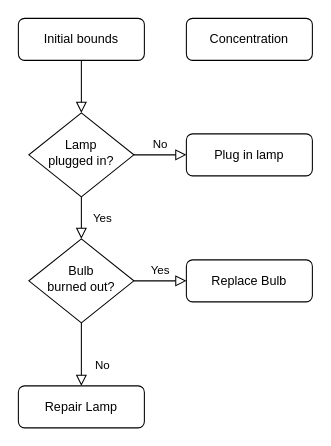
Mayuyu/diagrams keeps this draw.io diagram as sketch_of_proof.drawio. Above is the earlier version. Source tidied: cells renumbered, new cells numbered last; positions are measured from the earlier drawing's top-left corner, leaving out a move shared by most shapes. Both pictures are drawn from the tidied source at 105%, with x=0, y=0 at pixel (18, 18).
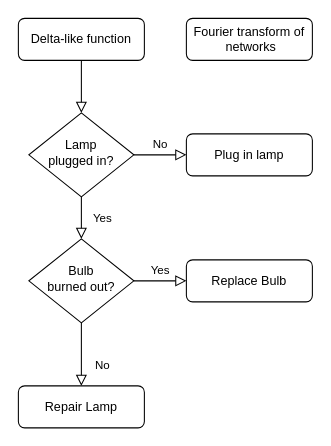
The same diagram, later.

Change to the diagram source:
```diff
@@
 <mxGraphModel>
   <root>
     <mxCell id="0" />
     <mxCell id="1" parent="0" />
     <mxCell id="2" style="rounded=0;html=1;jettySize=auto;fontSize=11;endArrow=block;endFill=0;endSize=8;strokeWidth=1;shadow=0;labelBackgroundColor=none;edgeStyle=orthogonalEdgeStyle;" parent="1" edge="1" source="3" target="6">
       <mxGeometry relative="1" as="geometry" />
     </mxCell>
-    <mxCell id="3" value="Initial bounds" style="rounded=1;whiteSpace=wrap;html=1;fontSize=12;glass=0;strokeWidth=1;shadow=0;" parent="1" vertex="1">
+    <mxCell id="3" value="Delta-like function" style="rounded=1;whiteSpace=wrap;html=1;fontSize=12;glass=0;strokeWidth=1;shadow=0;" parent="1" vertex="1">
       <mxGeometry width="120" height="40" as="geometry" />
     </mxCell>
     <mxCell id="4" value="Yes" style="rounded=0;html=1;jettySize=auto;fontSize=11;endArrow=block;endFill=0;endSize=8;strokeWidth=1;shadow=0;labelBackgroundColor=none;edgeStyle=orthogonalEdgeStyle;" parent="1" edge="1" source="6" target="10">
       <mxGeometry y="20" relative="1" as="geometry" />
     </mxCell>
     <mxCell id="5" value="No" style="edgeStyle=orthogonalEdgeStyle;rounded=0;html=1;jettySize=auto;fontSize=11;endArrow=block;endFill=0;endSize=8;strokeWidth=1;shadow=0;labelBackgroundColor=none;" parent="1" edge="1" source="6" target="7">
       <mxGeometry y="10" relative="1" as="geometry" />
     </mxCell>
     <mxCell id="6" value="Lamp&lt;br&gt;plugged in?" style="rhombus;whiteSpace=wrap;html=1;shadow=0;fontFamily=Helvetica;fontSize=12;align=center;strokeWidth=1;spacing=6;spacingTop=-4;" parent="1" vertex="1">
       <mxGeometry x="10" y="90" width="100" height="80" as="geometry" />
     </mxCell>
     <mxCell id="7" value="Plug in lamp" style="rounded=1;whiteSpace=wrap;html=1;fontSize=12;glass=0;strokeWidth=1;shadow=0;" parent="1" vertex="1">
       <mxGeometry x="160" y="110" width="120" height="40" as="geometry" />
     </mxCell>
     <mxCell id="8" value="No" style="rounded=0;html=1;jettySize=auto;fontSize=11;endArrow=block;endFill=0;endSize=8;strokeWidth=1;shadow=0;labelBackgroundColor=none;edgeStyle=orthogonalEdgeStyle;" parent="1" edge="1" source="10" target="11">
       <mxGeometry x="0.33" y="20" relative="1" as="geometry" />
     </mxCell>
     <mxCell id="9" value="Yes" style="edgeStyle=orthogonalEdgeStyle;rounded=0;html=1;jettySize=auto;fontSize=11;endArrow=block;endFill=0;endSize=8;strokeWidth=1;shadow=0;labelBackgroundColor=none;" parent="1" edge="1" source="10" target="12">
       <mxGeometry y="10" relative="1" as="geometry" />
     </mxCell>
     <mxCell id="10" value="Bulb&lt;br&gt;burned out?" style="rhombus;whiteSpace=wrap;html=1;shadow=0;fontFamily=Helvetica;fontSize=12;align=center;strokeWidth=1;spacing=6;spacingTop=-4;" parent="1" vertex="1">
       <mxGeometry x="10" y="210" width="100" height="80" as="geometry" />
     </mxCell>
     <mxCell id="11" value="Repair Lamp" style="rounded=1;whiteSpace=wrap;html=1;fontSize=12;glass=0;strokeWidth=1;shadow=0;" parent="1" vertex="1">
       <mxGeometry y="350" width="120" height="40" as="geometry" />
     </mxCell>
     <mxCell id="12" value="Replace Bulb" style="rounded=1;whiteSpace=wrap;html=1;fontSize=12;glass=0;strokeWidth=1;shadow=0;" parent="1" vertex="1">
       <mxGeometry x="160" y="230" width="120" height="40" as="geometry" />
     </mxCell>
-    <mxCell id="13" value="Concentration" style="rounded=1;whiteSpace=wrap;html=1;fontSize=12;glass=0;strokeWidth=1;shadow=0;" parent="1" vertex="1">
+    <mxCell id="13" value="Fourier transform of &amp;nbsp;networks" style="rounded=1;whiteSpace=wrap;html=1;fontSize=12;glass=0;strokeWidth=1;shadow=0;" parent="1" vertex="1">
       <mxGeometry x="160" width="120" height="40" as="geometry" />
     </mxCell>
   </root>
 </mxGraphModel>
```
